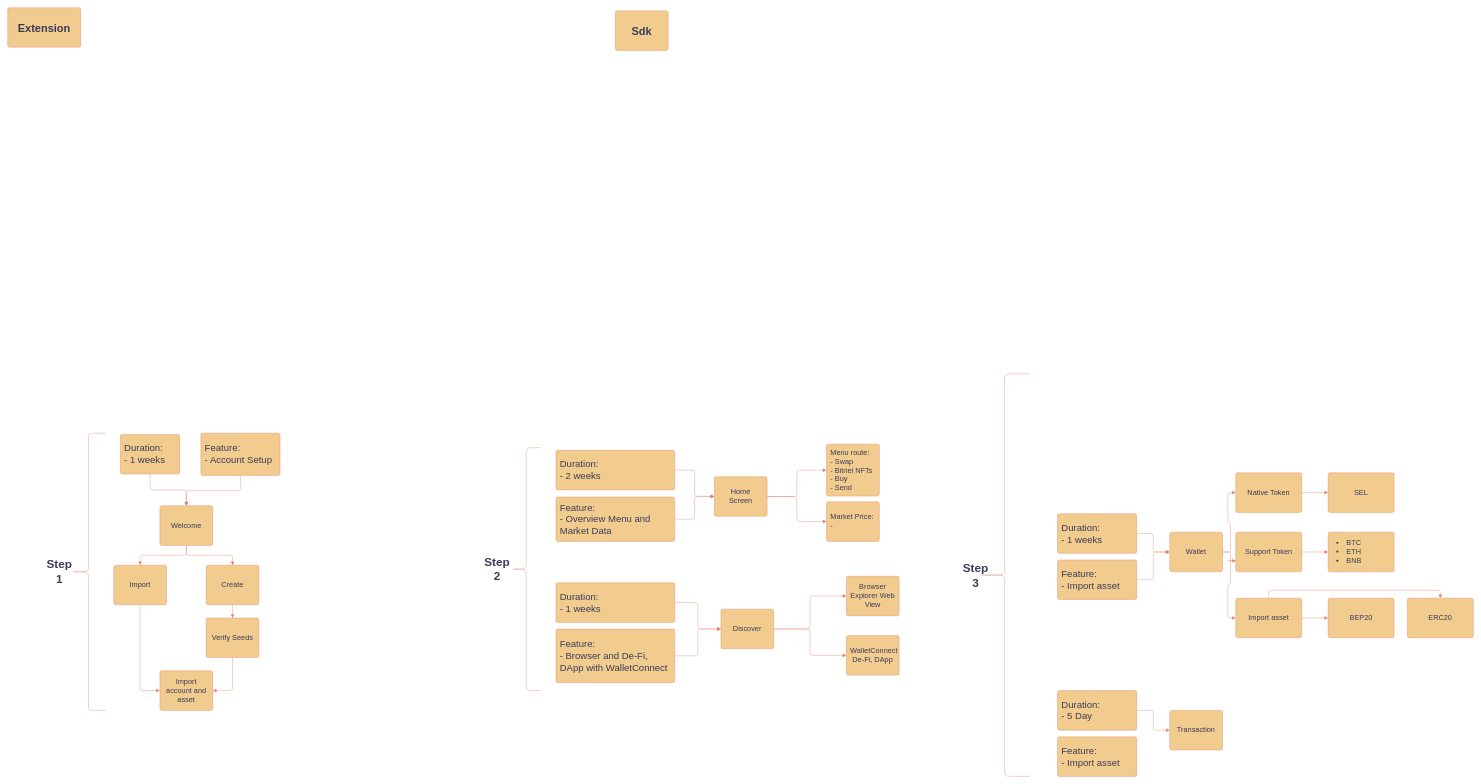
wadewilsonex/bitriel-wallet keeps this draw.io diagram as Untitled Diagram.drawio. Above is the earlier version. Source tidied: cells renumbered, new cells numbered last; positions are measured from the earlier drawing's top-left corner, leaving out a move shared by most shapes. Both pictures are drawn from the tidied source at 44%, with x=0, y=0 at pixel (7, 7).
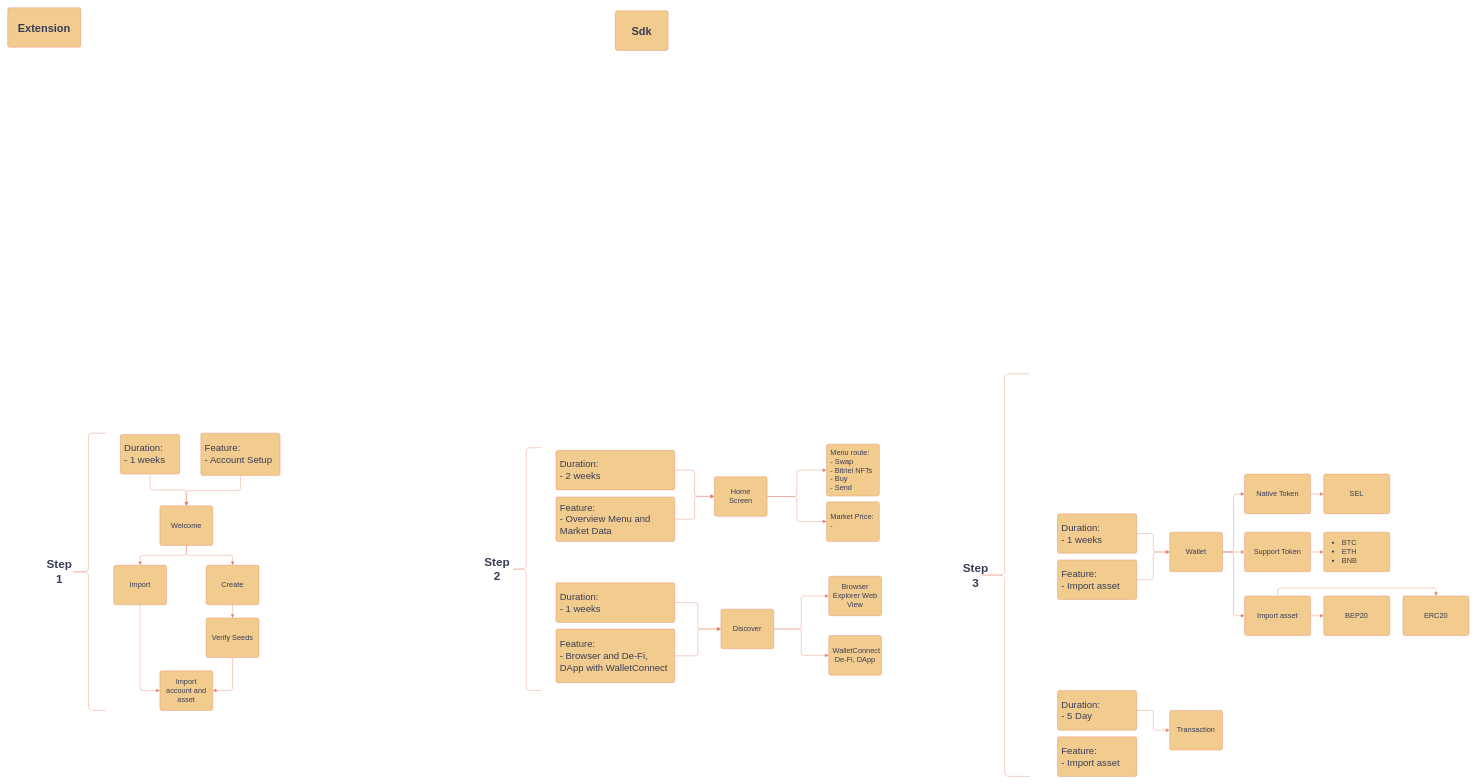
The same diagram, later.

Unchanged cells that the change refers to:
```xml
<mxCell id="45" value="Wallet" style="html=1;overflow=block;blockSpacing=1;whiteSpace=wrap;fontSize=16.7;spacing=9;strokeColor=#E07A5F;strokeOpacity=100;rounded=1;absoluteArcSize=1;arcSize=9;strokeWidth=0.8;lucidId=bhb0qxRhIA-V;fillColor=#F2CC8F;fontColor=#393C56;labelBackgroundColor=none;" parent="1" vertex="1">
  <mxGeometry x="2641" y="1192" width="120" height="90" as="geometry" />
</mxCell>
```

Diff of the diagram source:
```diff
@@
     <mxCell id="25" value="Browser Explorer Web View" style="html=1;overflow=block;blockSpacing=1;whiteSpace=wrap;fontSize=16.7;fontColor=#393C56;spacing=9;strokeColor=#E07A5F;strokeOpacity=100;rounded=1;absoluteArcSize=1;arcSize=9;strokeWidth=0.8;lucidId=77a02cb7iGfI;fillColor=#F2CC8F;labelBackgroundColor=none;" parent="1" vertex="1">
-      <mxGeometry x="1906" y="1292" width="120" height="90" as="geometry" />
+      <mxGeometry x="1866" y="1292" width="120" height="90" as="geometry" />
     </mxCell>
     <mxCell id="26" value="WalletConnect&#10;De-Fi, DApp" style="html=1;overflow=block;blockSpacing=1;whiteSpace=wrap;fontSize=16.7;fontColor=#393C56;spacing=9;strokeColor=#E07A5F;strokeOpacity=100;rounded=1;absoluteArcSize=1;arcSize=9;strokeWidth=0.8;lucidId=-7a0e4nIgv2n;fillColor=#F2CC8F;labelBackgroundColor=none;" parent="1" vertex="1">
-      <mxGeometry x="1906" y="1427" width="120" height="90" as="geometry" />
+      <mxGeometry x="1866" y="1427" width="120" height="90" as="geometry" />
     </mxCell>
@@
+    <mxCell id="68" style="edgeStyle=orthogonalEdgeStyle;rounded=0;jettySize=auto;html=1;entryX=0;entryY=0.5;entryDx=0;entryDy=0;strokeColor=#E07A5F;fontColor=#393C56;fillColor=#F2CC8F;" parent="1" edge="1" source="45" target="53">
+      <mxGeometry relative="1" as="geometry" />
+    </mxCell>
@@
     <mxCell id="46" value="Import asset" style="html=1;overflow=block;blockSpacing=1;whiteSpace=wrap;fontSize=16.7;spacing=9;strokeColor=#E07A5F;strokeOpacity=100;rounded=1;absoluteArcSize=1;arcSize=9;strokeWidth=0.8;lucidId=bhb0wNb8ohSP;fillColor=#F2CC8F;fontColor=#393C56;labelBackgroundColor=none;" parent="1" vertex="1">
-      <mxGeometry x="2791" y="1342" width="150" height="90" as="geometry" />
+      <mxGeometry x="2811" y="1337" width="150" height="90" as="geometry" />
     </mxCell>
@@
     <mxCell id="48" value="ERC20" style="html=1;overflow=block;blockSpacing=1;whiteSpace=wrap;fontSize=16.7;fontColor=#393C56;spacing=9;strokeColor=#E07A5F;strokeOpacity=100;rounded=1;absoluteArcSize=1;arcSize=9;strokeWidth=0.8;lucidId=bhb0O4v9XhpU;fillColor=#F2CC8F;labelBackgroundColor=none;" parent="1" vertex="1">
-      <mxGeometry x="3181" y="1342" width="150" height="90" as="geometry" />
+      <mxGeometry x="3171" y="1337" width="150" height="90" as="geometry" />
     </mxCell>
     <mxCell id="49" value="BEP20" style="html=1;overflow=block;blockSpacing=1;whiteSpace=wrap;fontSize=16.7;spacing=9;strokeColor=#E07A5F;strokeOpacity=100;rounded=1;absoluteArcSize=1;arcSize=9;strokeWidth=0.8;lucidId=bhb0I.Ht1Ggt;fillColor=#F2CC8F;fontColor=#393C56;labelBackgroundColor=none;" parent="1" vertex="1">
-      <mxGeometry x="3001" y="1342" width="150" height="90" as="geometry" />
+      <mxGeometry x="2991" y="1337" width="150" height="90" as="geometry" />
     </mxCell>
@@
     <mxCell id="51" value="Native Token" style="html=1;overflow=block;blockSpacing=1;whiteSpace=wrap;fontSize=16.7;spacing=9;strokeColor=#E07A5F;strokeOpacity=100;rounded=1;absoluteArcSize=1;arcSize=9;strokeWidth=0.8;lucidId=bhb07KTPQtjn;fillColor=#F2CC8F;fontColor=#393C56;labelBackgroundColor=none;" parent="1" vertex="1">
-      <mxGeometry x="2791" y="1057" width="150" height="90" as="geometry" />
+      <mxGeometry x="2811" y="1060" width="150" height="90" as="geometry" />
     </mxCell>
@@
     <mxCell id="53" value="Support Token" style="html=1;overflow=block;blockSpacing=1;whiteSpace=wrap;fontSize=16.7;spacing=9;strokeColor=#E07A5F;strokeOpacity=100;rounded=1;absoluteArcSize=1;arcSize=9;strokeWidth=0.8;lucidId=bhb0O.DUgDSS;fillColor=#F2CC8F;fontColor=#393C56;labelBackgroundColor=none;" parent="1" vertex="1">
-      <mxGeometry x="2791" y="1192" width="150" height="90" as="geometry" />
+      <mxGeometry x="2811" y="1192" width="150" height="90" as="geometry" />
     </mxCell>
-    <mxCell id="54" style="html=1;jettySize=18;whiteSpace=wrap;fontSize=13;strokeColor=#E07A5F;strokeOpacity=100;strokeWidth=0.8;rounded=1;arcSize=12;edgeStyle=orthogonalEdgeStyle;startArrow=none;endArrow=block;endFill=1;exitY=0.5;exitPerimeter=0;entryY=0.5;entryPerimeter=0;lucidId=bhb0stIJCX2o;fillColor=#F2CC8F;labelBackgroundColor=none;fontColor=default;" parent="1" edge="1" source="53" target="53">
-      <mxGeometry relative="1" as="geometry">
-        <Array as="points">
-          <mxPoint x="2771" y="1257" />
-          <mxPoint x="2771" y="1257" />
-        </Array>
-      </mxGeometry>
-    </mxCell>
     <mxCell id="55" value="SEL" style="html=1;overflow=block;blockSpacing=1;whiteSpace=wrap;fontSize=16.7;spacing=9;strokeColor=#E07A5F;strokeOpacity=100;rounded=1;absoluteArcSize=1;arcSize=9;strokeWidth=0.8;lucidId=bhb0.OiSeKe7;fillColor=#F2CC8F;fontColor=#393C56;labelBackgroundColor=none;" parent="1" vertex="1">
-      <mxGeometry x="3001" y="1057" width="150" height="90" as="geometry" />
+      <mxGeometry x="2991" y="1060" width="150" height="90" as="geometry" />
     </mxCell>
@@
     <mxCell id="57" value="&lt;ul style=&quot;margin: 0px; padding-left: 10px;list-style-position: inside; list-style-type:disc&quot;&gt;&lt;li style=&quot;text-align:left;color:#3a414a;font-size:16.7px;&quot;&gt;&lt;span style=&quot;margin-left: 0px;margin-top: -2px;&quot;&gt;&lt;span style=&quot;font-size:16.7px;color:#3a414a;&quot;&gt;BTC&lt;/span&gt;&lt;/span&gt;&lt;/li&gt;&lt;li style=&quot;text-align:left;color:#3a414a;font-size:16.7px;&quot;&gt;&lt;span style=&quot;margin-left: 0px;margin-top: -2px;&quot;&gt;&lt;span style=&quot;font-size:16.7px;color:#3a414a;&quot;&gt;ETH&lt;/span&gt;&lt;/span&gt;&lt;/li&gt;&lt;li style=&quot;text-align:left;color:#3a414a;font-size:16.7px;&quot;&gt;&lt;span style=&quot;margin-left: 0px;margin-top: -2px;&quot;&gt;&lt;span style=&quot;font-size:16.7px;color:#3a414a;&quot;&gt;BNB&lt;/span&gt;&lt;/span&gt;&lt;/li&gt;&lt;/ul&gt;" style="html=1;overflow=block;blockSpacing=1;whiteSpace=wrap;fontSize=13;spacing=9;strokeColor=#E07A5F;strokeOpacity=100;rounded=1;absoluteArcSize=1;arcSize=9;strokeWidth=0.8;lucidId=bhb0zRiMd7yo;fillColor=#F2CC8F;fontColor=#393C56;labelBackgroundColor=none;" parent="1" vertex="1">
-      <mxGeometry x="3001" y="1192" width="150" height="90" as="geometry" />
+      <mxGeometry x="2991" y="1192" width="150" height="90" as="geometry" />
     </mxCell>
```
